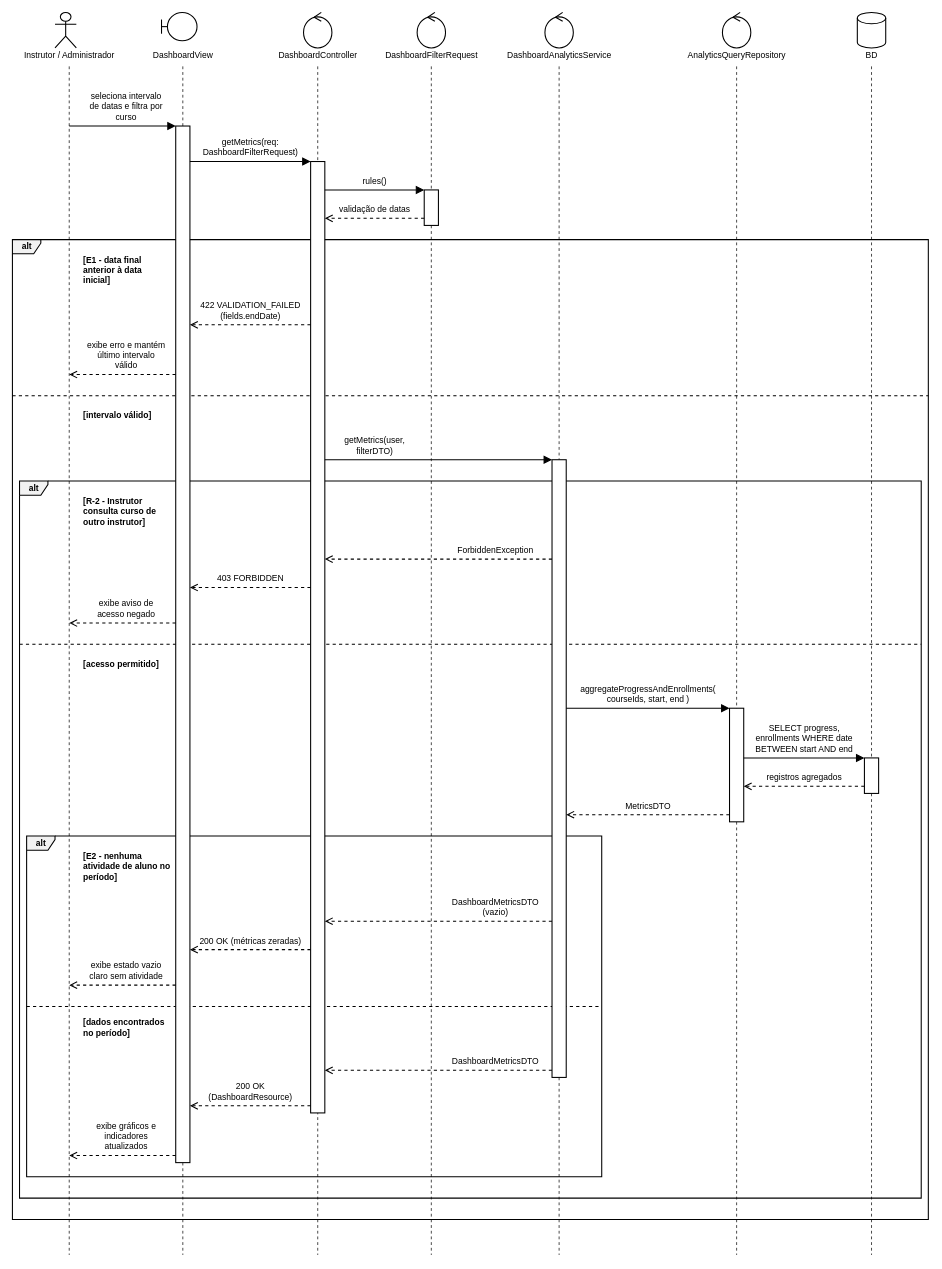
Plataforma-de-Cursos-TCC/plataforma-cursos-docs keeps this draw.io diagram as especificacao/diagramas/14-sequencia-uc007.drawio. Above is the earlier version. Source tidied: cells renumbered, new cells numbered last; positions are measured from the earlier drawing's top-left corner, leaving out a move shared by most shapes. Both pictures are drawn from the tidied source at 71%, with x=0, y=0 at pixel (12, 12).
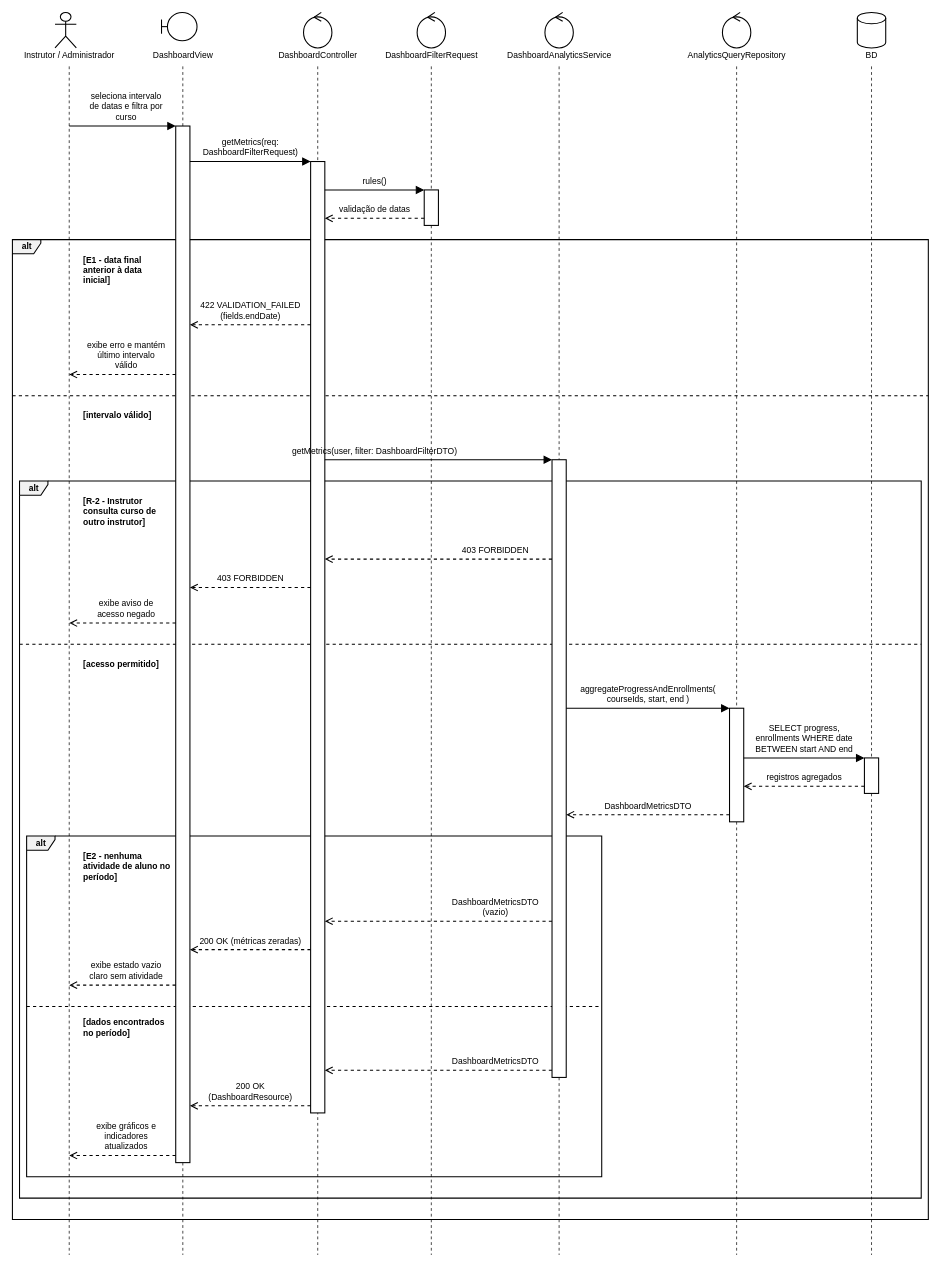
The same page after the edit.

Commit message (it also covers changes not shown here):
fix(sequencia-uc007): use item 13 names and TDD code in the dashboard sequence

Diff of the diagram source:
```diff
@@
-    <mxCell id="63" value="getMetrics(user,&lt;br&gt;filterDTO)" style="text;html=1;strokeColor=none;fillColor=none;verticalAlign=bottom;spacing=0;spacingBottom=5;align=center;fontFamily=Helvetica;fontSize=12;fontColor=#000000;" parent="1" vertex="1">
+    <mxCell id="63" value="getMetrics(user, filter: DashboardFilterDTO)" style="text;html=1;strokeColor=none;fillColor=none;verticalAlign=bottom;spacing=0;spacingBottom=5;align=center;fontFamily=Helvetica;fontSize=12;fontColor=#000000;" parent="1" vertex="1">
       <mxGeometry x="450" y="590" width="120" height="40" as="geometry" />
     </mxCell>
@@
-    <mxCell id="65" value="ForbiddenException" style="text;html=1;strokeColor=none;fillColor=none;verticalAlign=bottom;spacing=0;spacingBottom=5;align=center;fontFamily=Helvetica;fontSize=12;fontColor=#000000;" parent="1" vertex="1">
+    <mxCell id="65" value="403 FORBIDDEN" style="text;html=1;strokeColor=none;fillColor=none;verticalAlign=bottom;spacing=0;spacingBottom=5;align=center;fontFamily=Helvetica;fontSize=12;fontColor=#000000;" parent="1" vertex="1">
       <mxGeometry x="610" y="740" width="140" height="30" as="geometry" />
     </mxCell>
@@
-    <mxCell id="72" value="MetricsDTO" style="text;html=1;strokeColor=none;fillColor=none;verticalAlign=bottom;spacing=0;spacingBottom=5;align=center;fontFamily=Helvetica;fontSize=12;fontColor=#000000;" parent="1" vertex="1">
+    <mxCell id="72" value="DashboardMetricsDTO" style="text;html=1;strokeColor=none;fillColor=none;verticalAlign=bottom;spacing=0;spacingBottom=5;align=center;fontFamily=Helvetica;fontSize=12;fontColor=#000000;" parent="1" vertex="1">
       <mxGeometry x="790" y="1100" width="210" height="30" as="geometry" />
     </mxCell>
```
